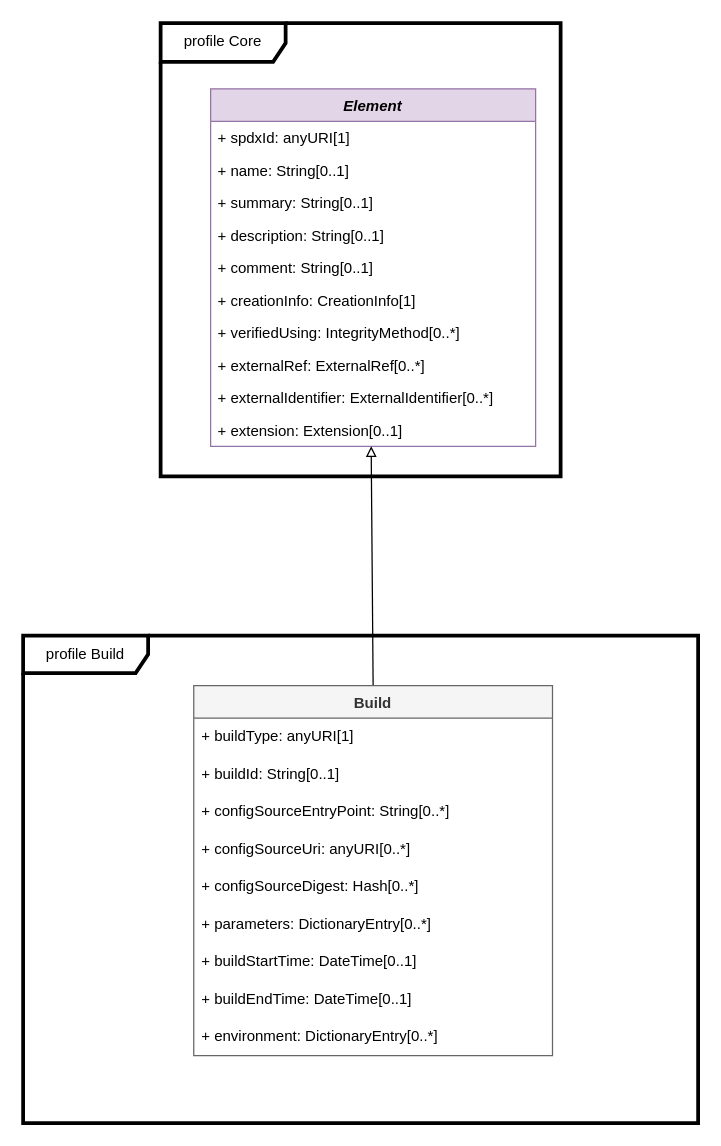
The draw.io diagram page "Build" (4 of 7) of model.drawio in spdx/spdx-3-model, before the edit. Source tidied: cells renumbered, new cells numbered last; positions are measured from the earlier drawing's top-left corner, leaving out a move shared by most shapes. Both pictures are drawn from the tidied source at 125%, with x=0, y=0 at pixel (22, 22).
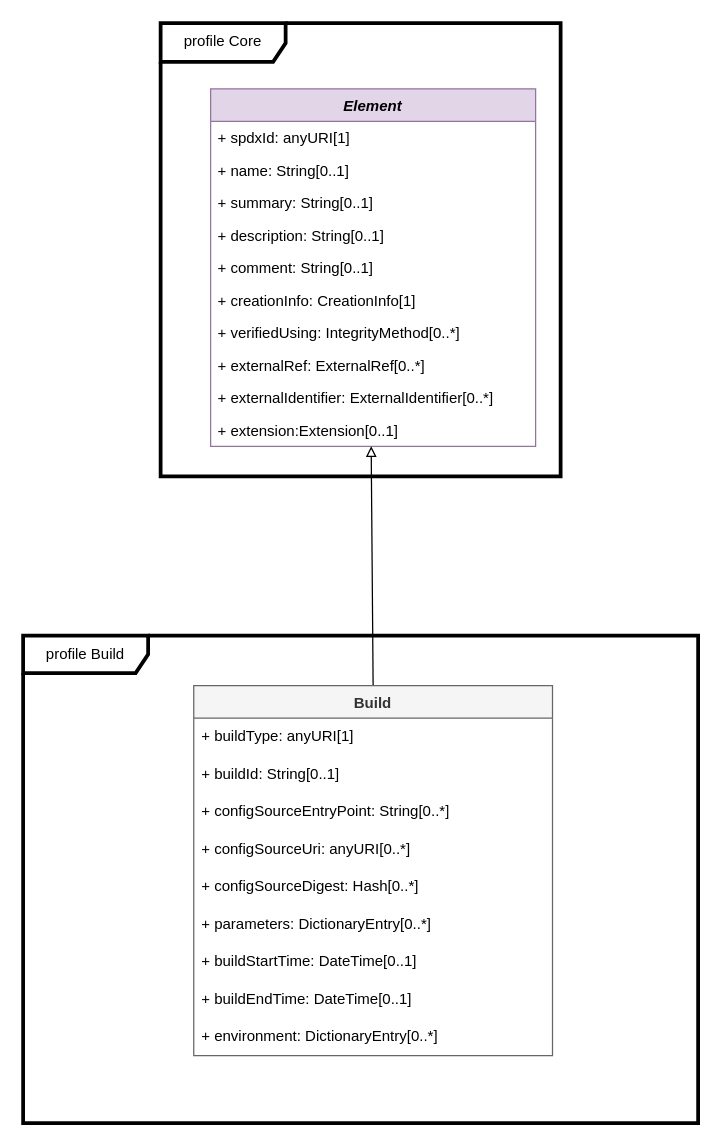
Above is the later version.

The change refers to these unchanged cells:
```xml
<mxCell id="3" value="Element" style="swimlane;fontStyle=3;horizontal=1;startSize=26;fillColor=#e1d5e7;strokeColor=#9673a6;" parent="1" vertex="1">
  <mxGeometry x="150" y="52.5" width="260" height="286" as="geometry" />
</mxCell>
```

Change to the diagram source:
```diff
@@
-    <mxCell id="13" value="+ extension: Extension[0..1]" style="text;strokeColor=none;fillColor=none;align=left;verticalAlign=top;spacingLeft=4;spacingRight=4;overflow=hidden;points=[[0,0.5],[1,0.5]];portConstraint=eastwest;" parent="3" vertex="1">
+    <mxCell id="13" value="+ extension:Extension[0..1]" style="text;strokeColor=none;fillColor=none;align=left;verticalAlign=top;spacingLeft=4;spacingRight=4;overflow=hidden;points=[[0,0.5],[1,0.5]];portConstraint=eastwest;" parent="3" vertex="1">
       <mxGeometry y="260" width="260" height="26" as="geometry" />
     </mxCell>
```
